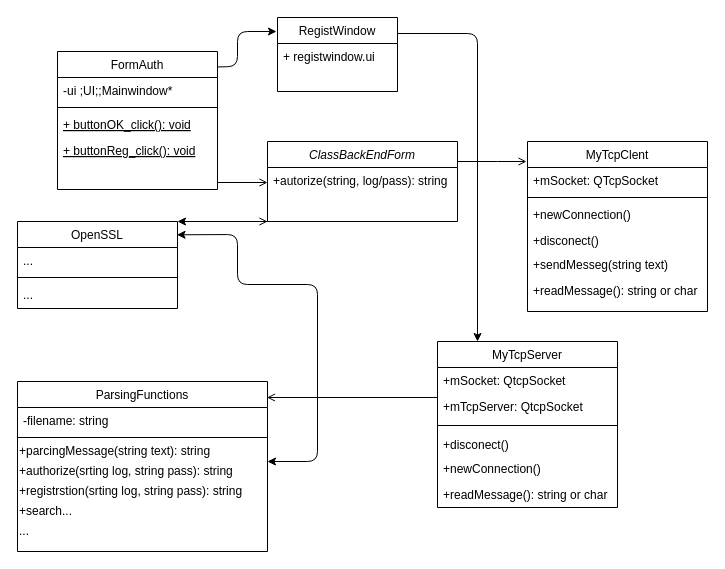
Above: ДиаграммаКлассов.drawio in grigigo/Tankists (draw.io), before the change. Source tidied: cells renumbered, new cells numbered last; positions are measured from the earlier drawing's top-left corner, leaving out a move shared by most shapes. Both pictures are drawn from the tidied source at 100%, with x=0, y=0 at pixel (17, 17).
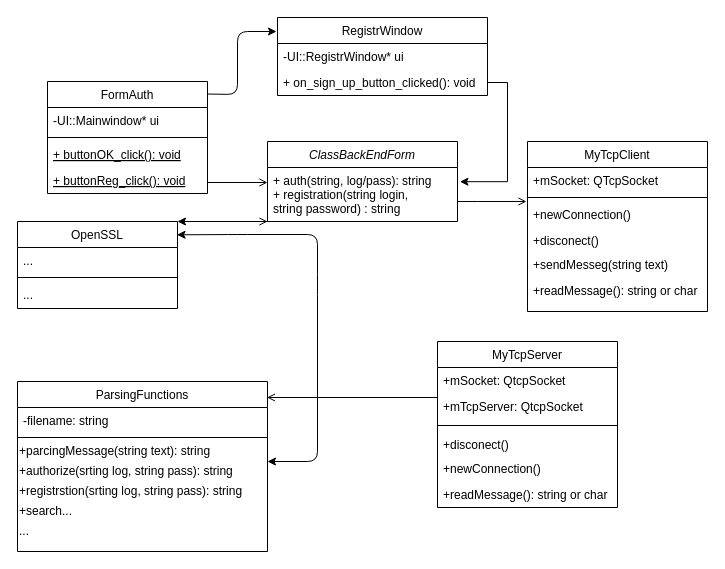
The same diagram, later.

Unchanged cells that the change refers to:
```xml
<mxCell id="2" value="ClassBackEndForm" style="swimlane;fontStyle=2;align=center;verticalAlign=top;horizontal=1;startSize=26;rounded=0;shadow=0;strokeWidth=1;" parent="1" vertex="1">
  <mxGeometry x="250" y="124" width="190" height="80" as="geometry" />
</mxCell>
<mxCell id="8" value="+ buttonReg_click(): void" style="text;align=left;verticalAlign=top;spacingLeft=4;spacingRight=4;overflow=hidden;points=[[0,0.5],[1,0.5]];portConstraint=eastwest;fontStyle=4;" parent="4" vertex="1">
  <mxGeometry y="86" width="160" height="26" as="geometry" />
</mxCell>
<mxCell id="9" value="OpenSSL" style="swimlane;fontStyle=0;align=center;verticalAlign=top;horizontal=1;startSize=26;rounded=0;shadow=0;strokeWidth=1;" parent="1" vertex="1">
  <mxGeometry y="204" width="160" height="87" as="geometry" />
</mxCell>
```

Diff of the diagram source:
```diff
@@
-    <mxCell id="3" value="+autorize(string, log/pass): string" style="text;align=left;verticalAlign=top;spacingLeft=4;spacingRight=4;overflow=hidden;points=[[0,0.5],[1,0.5]];portConstraint=eastwest;" parent="2" vertex="1">
-      <mxGeometry y="26" width="190" height="44" as="geometry" />
+    <mxCell id="3" value="+ auth(string, log/pass): string&#10;+ registration(string login, &#10;string password) : string" style="text;align=left;verticalAlign=top;spacingLeft=4;spacingRight=4;overflow=hidden;points=[[0,0.5],[1,0.5]];portConstraint=eastwest;" parent="2" vertex="1">
+      <mxGeometry y="26" width="190" height="54" as="geometry" />
     </mxCell>
     <mxCell id="4" value="FormAuth" style="swimlane;fontStyle=0;align=center;verticalAlign=top;horizontal=1;startSize=26;rounded=0;shadow=0;strokeWidth=1;" parent="1" vertex="1">
-      <mxGeometry x="40" y="34" width="160" height="138" as="geometry" />
+      <mxGeometry x="30" y="64" width="160" height="112" as="geometry" />
     </mxCell>
-    <mxCell id="5" value="-ui ;UI;;Mainwindow*" style="text;align=left;verticalAlign=top;spacingLeft=4;spacingRight=4;overflow=hidden;" parent="4" vertex="1">
+    <mxCell id="5" value="-UI::Mainwindow* ui" style="text;align=left;verticalAlign=top;spacingLeft=4;spacingRight=4;overflow=hidden;" parent="4" vertex="1">
       <mxGeometry y="26" width="160" height="26" as="geometry" />
     </mxCell>
@@
-    <mxCell id="13" value="MyTcpClent" style="swimlane;fontStyle=0;align=center;verticalAlign=top;horizontal=1;startSize=26;rounded=0;shadow=0;strokeWidth=1;" parent="1" vertex="1">
+    <mxCell id="13" value="MyTcpClient" style="swimlane;fontStyle=0;align=center;verticalAlign=top;horizontal=1;startSize=26;rounded=0;shadow=0;strokeWidth=1;" parent="1" vertex="1">
       <mxGeometry x="510" y="124" width="180" height="170" as="geometry" />
     </mxCell>
@@
     <mxCell id="20" style="endArrow=open;shadow=0;strokeWidth=1;rounded=0;endFill=1;edgeStyle=elbowEdgeStyle;elbow=vertical;" parent="1" edge="1" source="2">
       <mxGeometry x="0.5" y="41" relative="1" as="geometry">
-        <mxPoint x="509" y="144" as="targetPoint" />
+        <mxPoint x="509" y="184" as="targetPoint" />
         <Array as="points">
+          <mxPoint x="460" y="184" />
           <mxPoint x="480" y="144" />
           <mxPoint x="480" y="160" />
           <mxPoint x="490" y="160" />
           <mxPoint x="490" y="154" />
           <mxPoint x="440" y="155" />
           <mxPoint x="440" y="155" />
           <mxPoint x="440" y="144" />
           <mxPoint x="450" y="154" />
         </Array>
         <mxPoint x="-40" y="32" as="offset" />
       </mxGeometry>
     </mxCell>
@@
     <mxCell id="36" style="endArrow=classic;startArrow=classic;html=1;entryX=0.997;entryY=0.153;entryDx=0;entryDy=0;entryPerimeter=0;" parent="1" edge="1" target="9">
       <mxGeometry relative="1" as="geometry">
         <mxPoint x="250" y="444" as="sourcePoint" />
         <Array as="points">
           <mxPoint x="300" y="444" />
           <mxPoint x="300" y="267" />
-          <mxPoint x="220" y="267" />
+          <mxPoint x="300" y="217" />
           <mxPoint x="220" y="217" />
         </Array>
       </mxGeometry>
     </mxCell>
@@
-    <mxCell id="39" style="endArrow=open;shadow=0;strokeWidth=1;rounded=0;endFill=1;edgeStyle=elbowEdgeStyle;elbow=vertical;exitX=1;exitY=0.5;exitDx=0;exitDy=0;" parent="1" edge="1">
+    <mxCell id="39" style="endArrow=open;shadow=0;strokeWidth=1;rounded=0;endFill=1;edgeStyle=elbowEdgeStyle;elbow=vertical;exitX=1;exitY=0.5;exitDx=0;exitDy=0;" parent="1" edge="1" source="8">
       <mxGeometry x="0.5" y="41" relative="1" as="geometry">
-        <mxPoint x="200" y="134" as="sourcePoint" />
         <mxPoint x="250" y="165" as="targetPoint" />
         <Array as="points">
           <mxPoint x="260" y="165" />
         </Array>
         <mxPoint x="-40" y="32" as="offset" />
       </mxGeometry>
     </mxCell>
@@
-    <mxCell id="41" value="RegistWindow" style="swimlane;fontStyle=0;align=center;verticalAlign=top;horizontal=1;startSize=26;rounded=0;shadow=0;strokeWidth=1;" parent="1" vertex="1">
-      <mxGeometry x="260" width="120" height="74" as="geometry" />
+    <mxCell id="41" value="RegistrWindow" style="swimlane;fontStyle=0;align=center;verticalAlign=top;horizontal=1;startSize=26;rounded=0;shadow=0;strokeWidth=1;" parent="1" vertex="1">
+      <mxGeometry x="260" width="210" height="78" as="geometry" />
     </mxCell>
-    <mxCell id="42" value="+ registwindow.ui" style="text;align=left;verticalAlign=top;spacingLeft=4;spacingRight=4;overflow=hidden;" parent="41" vertex="1">
-      <mxGeometry y="26" width="120" height="26" as="geometry" />
+    <mxCell id="42" value="-UI::RegistrWindow* ui" style="text;align=left;verticalAlign=top;spacingLeft=4;spacingRight=4;overflow=hidden;" parent="41" vertex="1">
+      <mxGeometry y="26" width="210" height="26" as="geometry" />
     </mxCell>
+    <mxCell id="45" value="+ on_sign_up_button_clicked(): void" style="text;align=left;verticalAlign=top;spacingLeft=4;spacingRight=4;overflow=hidden;points=[[0,0.5],[1,0.5]];portConstraint=eastwest;" parent="41" vertex="1">
+      <mxGeometry y="52" width="210" height="26" as="geometry" />
+    </mxCell>
     <mxCell id="43" style="endArrow=classic;html=1;exitX=1.002;exitY=0.112;exitDx=0;exitDy=0;exitPerimeter=0;" parent="1" edge="1" source="4">
       <mxGeometry relative="1" as="geometry">
         <mxPoint x="259" y="14" as="targetPoint" />
         <Array as="points">
-          <mxPoint x="220" y="49" />
+          <mxPoint x="220" y="77" />
           <mxPoint x="220" y="14" />
         </Array>
       </mxGeometry>
     </mxCell>
-    <mxCell id="44" style="endArrow=classic;html=1;" parent="1" edge="1">
-      <mxGeometry relative="1" as="geometry">
-        <mxPoint x="380" y="16" as="sourcePoint" />
-        <mxPoint x="460" y="324" as="targetPoint" />
-        <Array as="points">
-          <mxPoint x="460" y="16" />
-          <mxPoint x="460" y="324" />
-          <mxPoint x="460" y="284" />
-        </Array>
-      </mxGeometry>
-    </mxCell>
+    <mxCell id="46" style="edgeStyle=orthogonalEdgeStyle;rounded=0;jettySize=auto;html=1;exitX=1;exitY=0.5;exitDx=0;exitDy=0;entryX=1.013;entryY=0.263;entryDx=0;entryDy=0;entryPerimeter=0;" parent="1" edge="1" source="45" target="3">
+      <mxGeometry relative="1" as="geometry" />
+    </mxCell>
```
